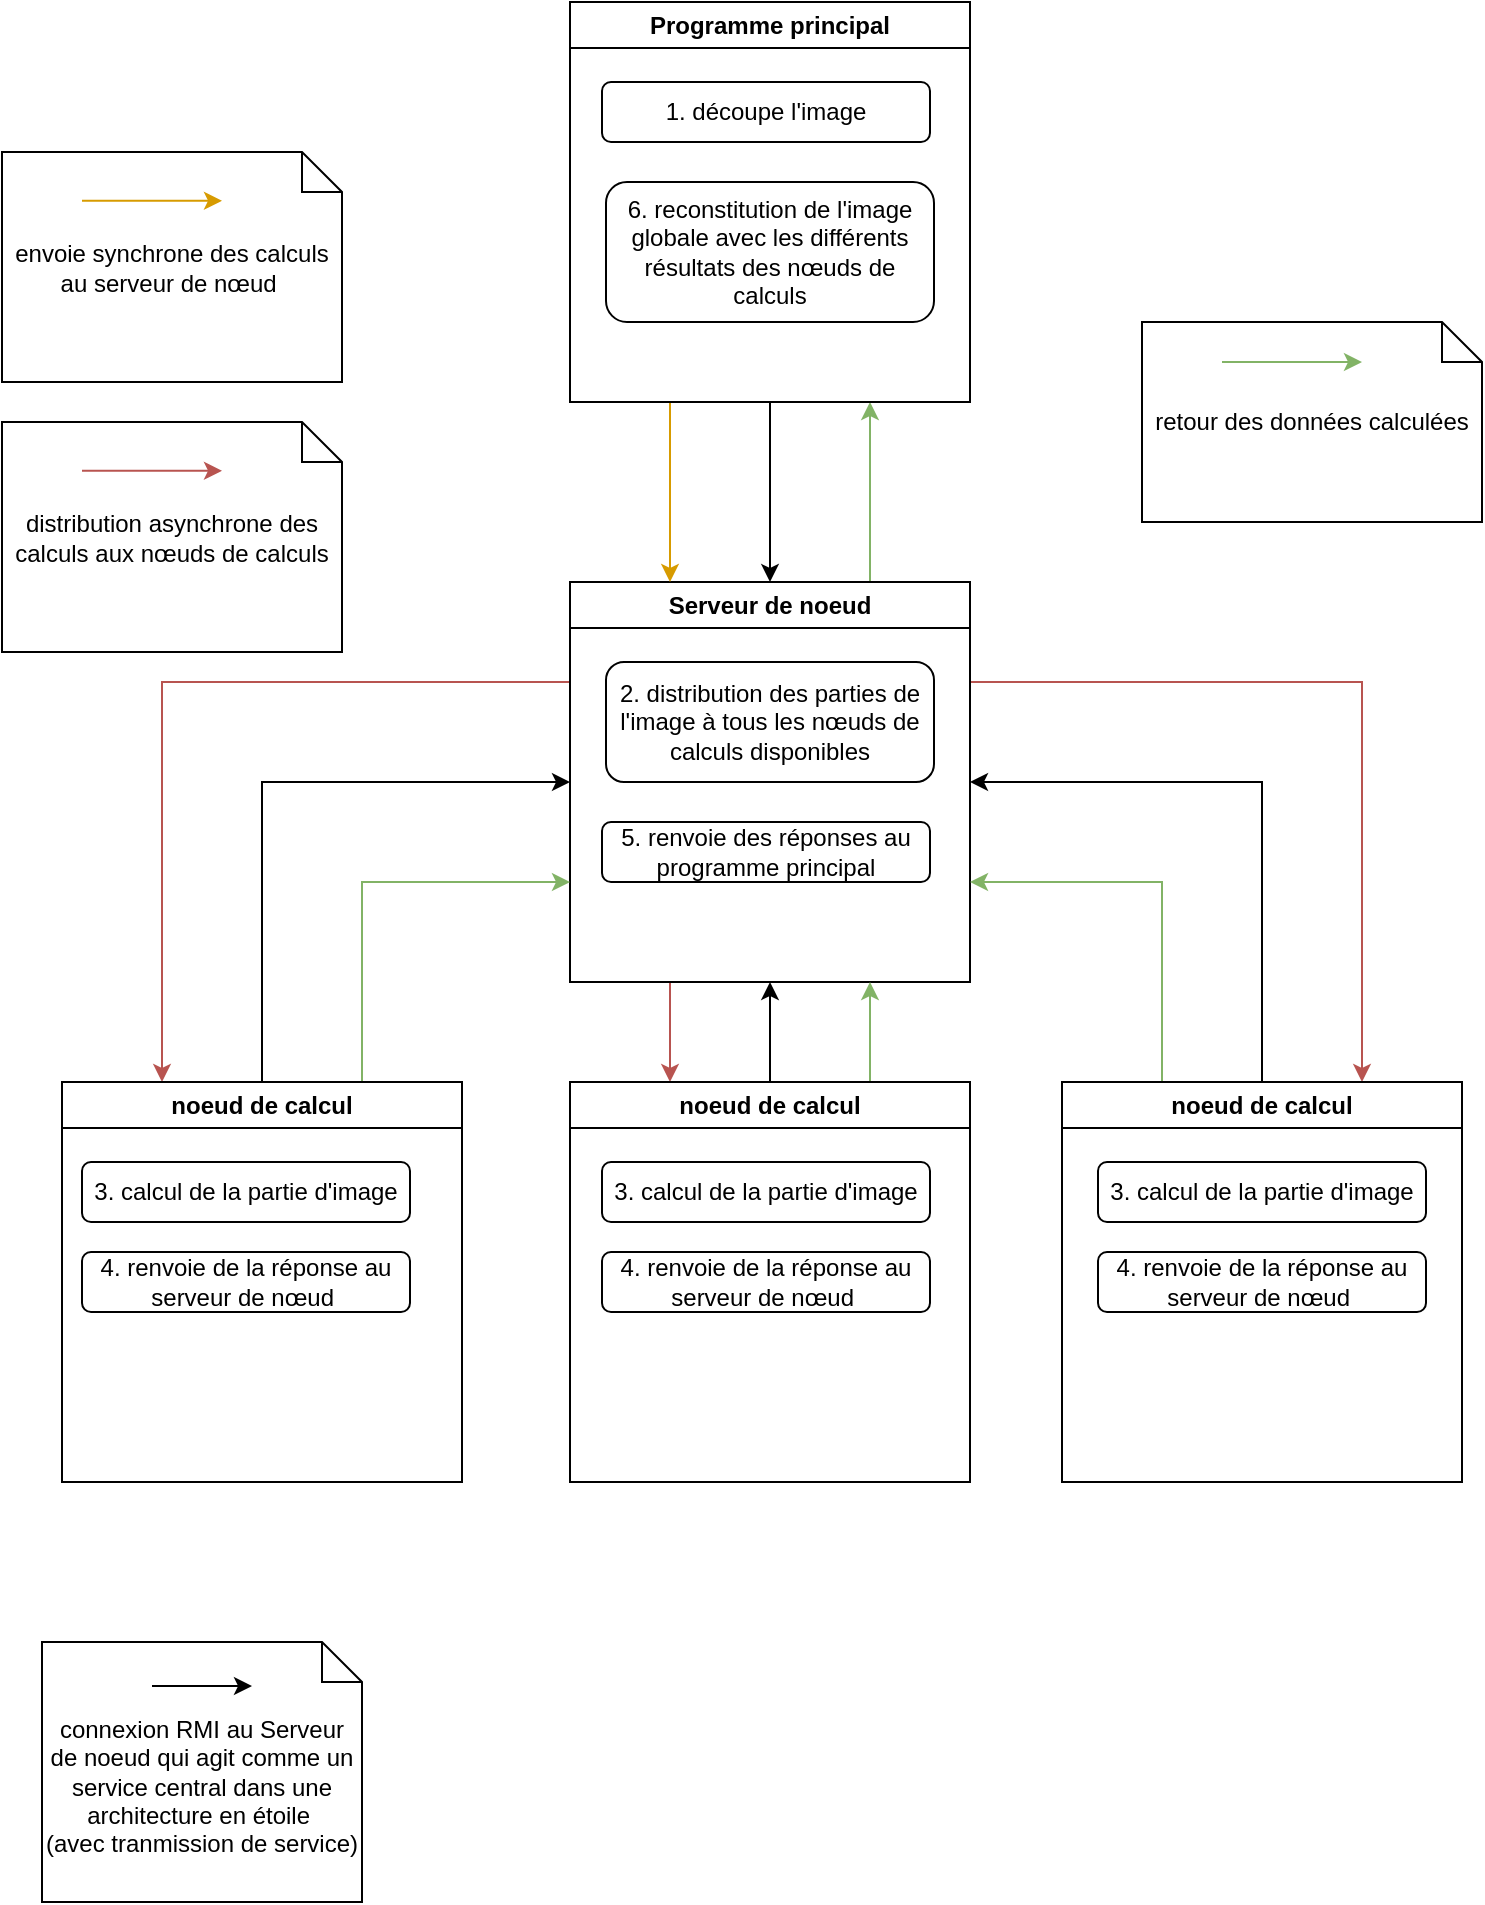
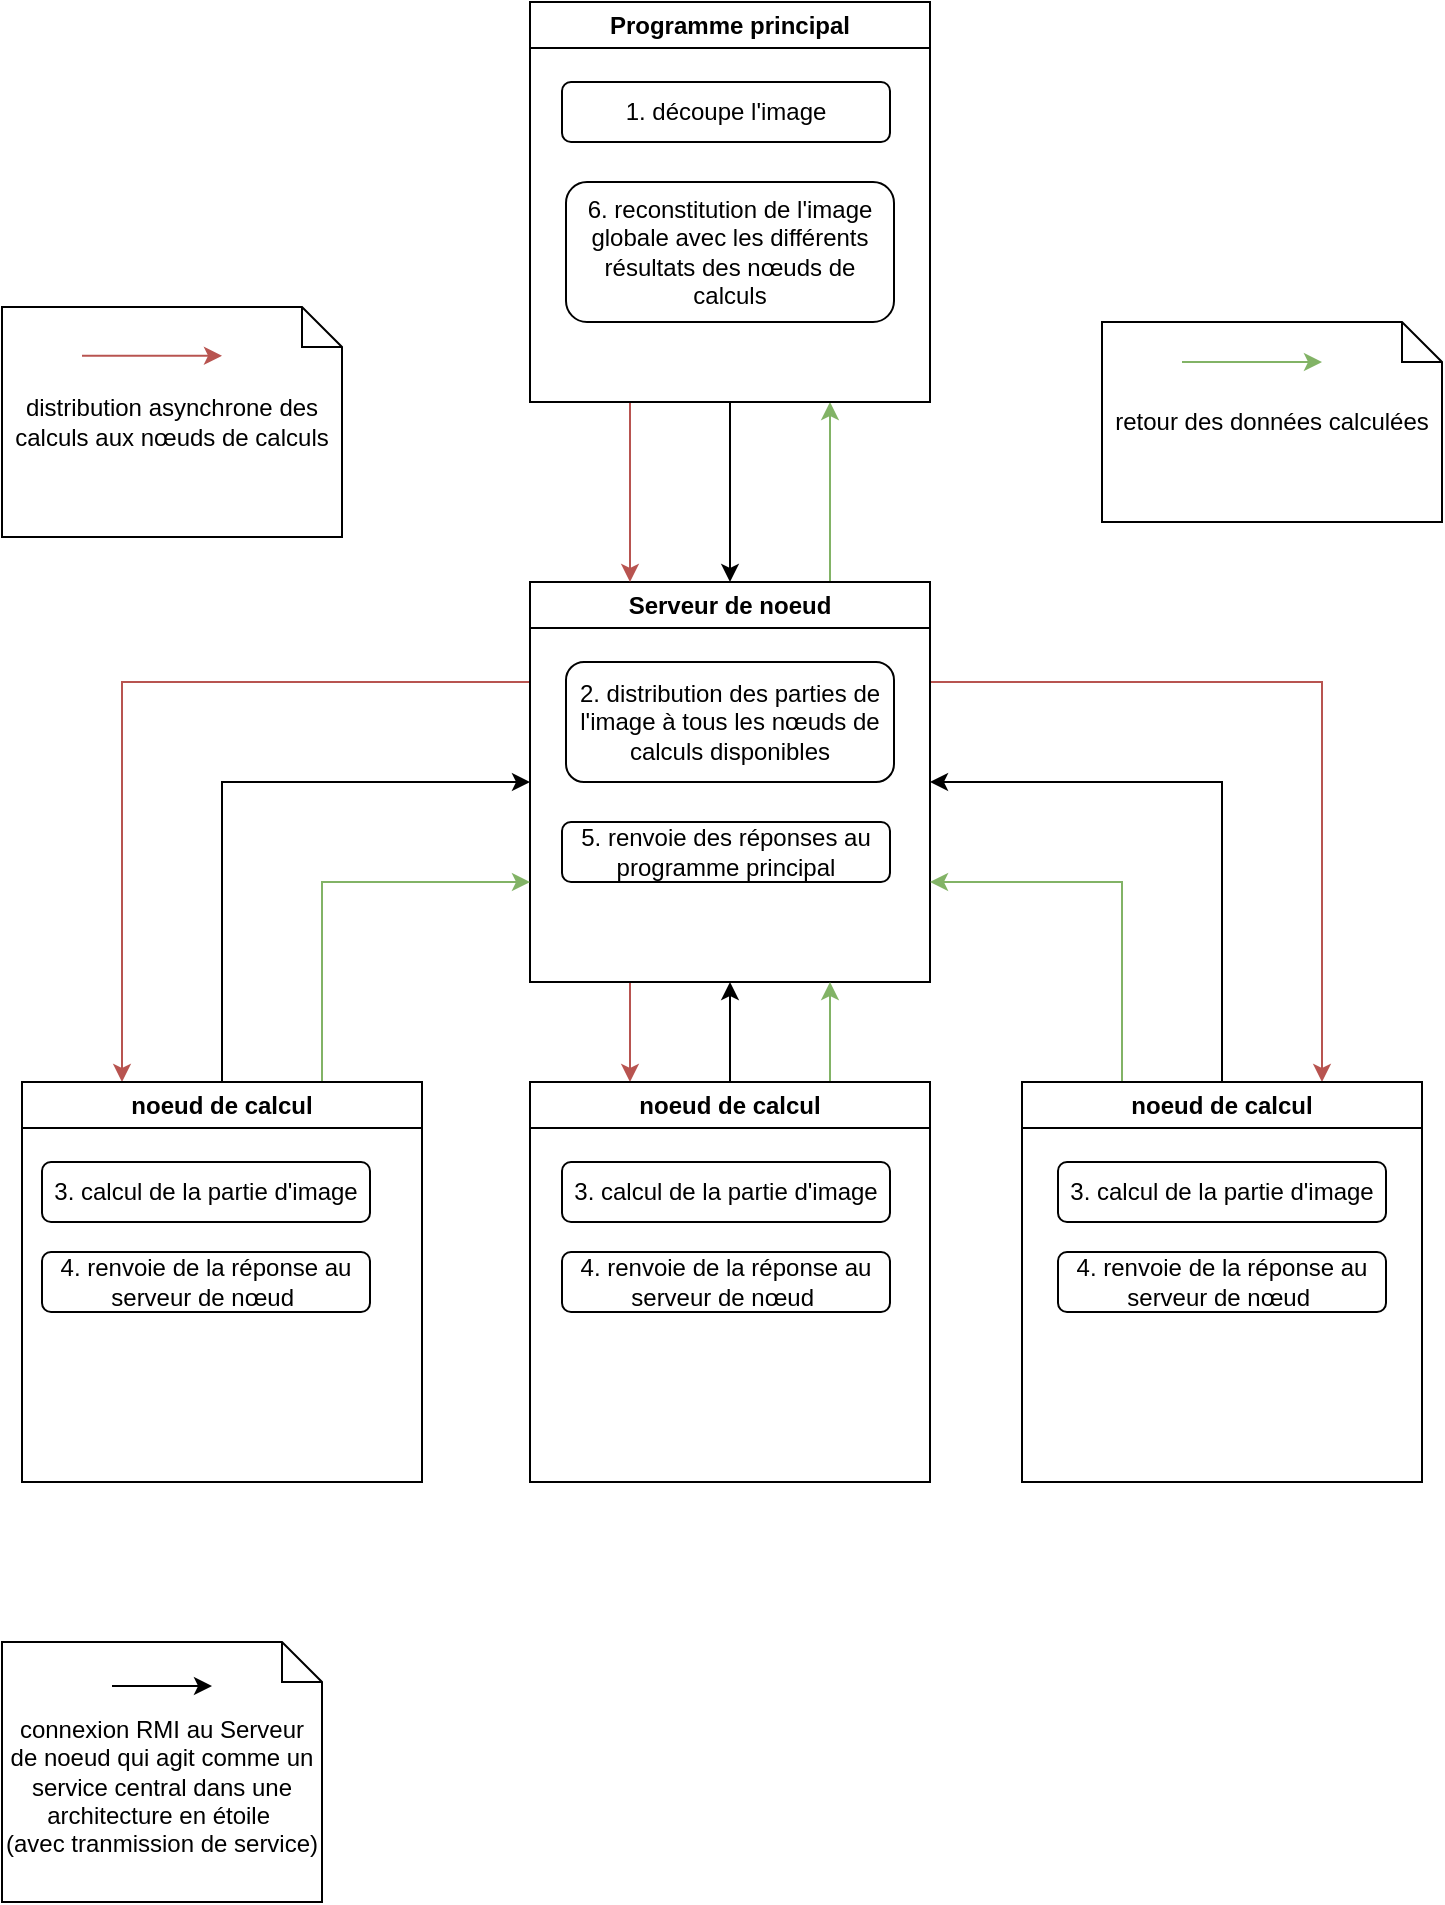
- <mxGraphModel dx="968" dy="566" grid="1" gridSize="10" guides="1" tooltips="1" connect="1" arrows="1" fold="1" page="1" pageScale="1" pageWidth="827" pageHeight="1169" background="#ffffff" math="0" shadow="0">
+ <mxGraphModel dx="1348" dy="795" grid="1" gridSize="10" guides="1" tooltips="1" connect="1" arrows="1" fold="1" page="1" pageScale="1" pageWidth="827" pageHeight="1169" math="0" shadow="0">
  <root>
    <mxCell id="0" />
    <mxCell id="1" parent="0" />
    <mxCell id="AP2CeIIDTtJhIbNFKrjW-7" edge="1" parent="1" source="AP2CeIIDTtJhIbNFKrjW-1" style="edgeStyle=orthogonalEdgeStyle;rounded=0;orthogonalLoop=1;jettySize=auto;html=1;entryX=0.5;entryY=0;entryDx=0;entryDy=0;fillColor=#d5e8d4;strokeColor=#000000;endArrow=none;endFill=0;startArrow=classic;startFill=1;" target="AP2CeIIDTtJhIbNFKrjW-2">
      <mxGeometry relative="1" as="geometry" />
    </mxCell>
    <mxCell id="AP2CeIIDTtJhIbNFKrjW-8" edge="1" parent="1" source="AP2CeIIDTtJhIbNFKrjW-1" style="edgeStyle=orthogonalEdgeStyle;rounded=0;orthogonalLoop=1;jettySize=auto;html=1;entryX=0.5;entryY=0;entryDx=0;entryDy=0;fillColor=#d5e8d4;strokeColor=#000000;endArrow=none;endFill=0;startArrow=classic;startFill=1;" target="AP2CeIIDTtJhIbNFKrjW-3">
      <mxGeometry relative="1" as="geometry" />
    </mxCell>
    <mxCell id="AP2CeIIDTtJhIbNFKrjW-9" edge="1" parent="1" source="AP2CeIIDTtJhIbNFKrjW-1" style="edgeStyle=orthogonalEdgeStyle;rounded=0;orthogonalLoop=1;jettySize=auto;html=1;fillColor=#d5e8d4;strokeColor=#000000;endArrow=none;endFill=0;startArrow=classic;startFill=1;" target="AP2CeIIDTtJhIbNFKrjW-4">
      <mxGeometry relative="1" as="geometry" />
    </mxCell>
    <mxCell id="QRBz2pOAevC626XkiaL9-12" edge="1" parent="1" source="AP2CeIIDTtJhIbNFKrjW-1" style="edgeStyle=orthogonalEdgeStyle;rounded=0;orthogonalLoop=1;jettySize=auto;html=1;exitX=0;exitY=0.25;exitDx=0;exitDy=0;entryX=0.25;entryY=0;entryDx=0;entryDy=0;fillColor=#f8cecc;strokeColor=#b85450;" target="AP2CeIIDTtJhIbNFKrjW-2">
      <mxGeometry relative="1" as="geometry" />
    </mxCell>
    <mxCell id="QRBz2pOAevC626XkiaL9-13" edge="1" parent="1" source="AP2CeIIDTtJhIbNFKrjW-1" style="edgeStyle=orthogonalEdgeStyle;rounded=0;orthogonalLoop=1;jettySize=auto;html=1;exitX=1;exitY=0.25;exitDx=0;exitDy=0;entryX=0.75;entryY=0;entryDx=0;entryDy=0;fillColor=#f8cecc;strokeColor=#b85450;" target="AP2CeIIDTtJhIbNFKrjW-4">
      <mxGeometry relative="1" as="geometry" />
    </mxCell>
    <mxCell id="QRBz2pOAevC626XkiaL9-14" edge="1" parent="1" source="AP2CeIIDTtJhIbNFKrjW-1" style="edgeStyle=orthogonalEdgeStyle;rounded=0;orthogonalLoop=1;jettySize=auto;html=1;exitX=0.25;exitY=1;exitDx=0;exitDy=0;entryX=0.25;entryY=0;entryDx=0;entryDy=0;fillColor=#f8cecc;strokeColor=#b85450;" target="AP2CeIIDTtJhIbNFKrjW-3">
      <mxGeometry relative="1" as="geometry" />
    </mxCell>
    <mxCell id="QRBz2pOAevC626XkiaL9-18" edge="1" parent="1" source="AP2CeIIDTtJhIbNFKrjW-1" style="edgeStyle=orthogonalEdgeStyle;rounded=0;orthogonalLoop=1;jettySize=auto;html=1;exitX=0.75;exitY=0;exitDx=0;exitDy=0;entryX=0.75;entryY=1;entryDx=0;entryDy=0;fillColor=#d5e8d4;strokeColor=#82b366;" target="AP2CeIIDTtJhIbNFKrjW-5">
      <mxGeometry relative="1" as="geometry" />
    </mxCell>
    <mxCell id="AP2CeIIDTtJhIbNFKrjW-1" parent="1" style="swimlane;whiteSpace=wrap;html=1;" value="Serveur de noeud" vertex="1">
      <mxGeometry height="200" width="200" x="314" y="410" as="geometry" />
    </mxCell>
    <mxCell id="QRBz2pOAevC626XkiaL9-2" parent="AP2CeIIDTtJhIbNFKrjW-1" style="rounded=1;whiteSpace=wrap;html=1;" value="2. distribution des parties de l&#39;image à tous les nœuds de calculs disponibles" vertex="1">
      <mxGeometry height="60" width="164" x="18" y="40" as="geometry" />
    </mxCell>
    <mxCell id="QRBz2pOAevC626XkiaL9-9" parent="AP2CeIIDTtJhIbNFKrjW-1" style="rounded=1;whiteSpace=wrap;html=1;" value="5. renvoie des réponses au programme principal" vertex="1">
      <mxGeometry height="30" width="164" x="16" y="120" as="geometry" />
    </mxCell>
    <mxCell id="QRBz2pOAevC626XkiaL9-17" edge="1" parent="1" source="AP2CeIIDTtJhIbNFKrjW-2" style="edgeStyle=orthogonalEdgeStyle;rounded=0;orthogonalLoop=1;jettySize=auto;html=1;exitX=0.75;exitY=0;exitDx=0;exitDy=0;entryX=0;entryY=0.75;entryDx=0;entryDy=0;fillColor=#d5e8d4;strokeColor=#82b366;" target="AP2CeIIDTtJhIbNFKrjW-1">
      <mxGeometry relative="1" as="geometry" />
    </mxCell>
    <mxCell id="AP2CeIIDTtJhIbNFKrjW-2" parent="1" style="swimlane;whiteSpace=wrap;html=1;" value="noeud de calcul" vertex="1">
      <mxGeometry height="200" width="200" x="60" y="660" as="geometry" />
    </mxCell>
    <mxCell id="QRBz2pOAevC626XkiaL9-3" parent="AP2CeIIDTtJhIbNFKrjW-2" style="rounded=1;whiteSpace=wrap;html=1;" value="3. calcul de la partie d&#39;image" vertex="1">
      <mxGeometry height="30" width="164" x="10" y="40" as="geometry" />
    </mxCell>
    <mxCell id="QRBz2pOAevC626XkiaL9-6" parent="AP2CeIIDTtJhIbNFKrjW-2" style="rounded=1;whiteSpace=wrap;html=1;" value="4. renvoie de la réponse au serveur de nœud&amp;nbsp;" vertex="1">
      <mxGeometry height="30" width="164" x="10" y="85" as="geometry" />
    </mxCell>
    <mxCell id="QRBz2pOAevC626XkiaL9-16" edge="1" parent="1" source="AP2CeIIDTtJhIbNFKrjW-3" style="edgeStyle=orthogonalEdgeStyle;rounded=0;orthogonalLoop=1;jettySize=auto;html=1;exitX=0.75;exitY=0;exitDx=0;exitDy=0;entryX=0.75;entryY=1;entryDx=0;entryDy=0;fillColor=#d5e8d4;strokeColor=#82b366;" target="AP2CeIIDTtJhIbNFKrjW-1">
      <mxGeometry relative="1" as="geometry" />
    </mxCell>
    <mxCell id="AP2CeIIDTtJhIbNFKrjW-3" parent="1" style="swimlane;whiteSpace=wrap;html=1;" value="noeud de calcul" vertex="1">
      <mxGeometry height="200" width="200" x="314" y="660" as="geometry" />
    </mxCell>
    <mxCell id="QRBz2pOAevC626XkiaL9-4" parent="AP2CeIIDTtJhIbNFKrjW-3" style="rounded=1;whiteSpace=wrap;html=1;" value="3. calcul de la partie d&#39;image" vertex="1">
      <mxGeometry height="30" width="164" x="16" y="40" as="geometry" />
    </mxCell>
    <mxCell id="QRBz2pOAevC626XkiaL9-7" parent="AP2CeIIDTtJhIbNFKrjW-3" style="rounded=1;whiteSpace=wrap;html=1;" value="4. renvoie de la réponse au serveur de nœud&amp;nbsp;" vertex="1">
      <mxGeometry height="30" width="164" x="16" y="85" as="geometry" />
    </mxCell>
    <mxCell id="QRBz2pOAevC626XkiaL9-15" edge="1" parent="1" source="AP2CeIIDTtJhIbNFKrjW-4" style="edgeStyle=orthogonalEdgeStyle;rounded=0;orthogonalLoop=1;jettySize=auto;html=1;exitX=0.25;exitY=0;exitDx=0;exitDy=0;entryX=1;entryY=0.75;entryDx=0;entryDy=0;fillColor=#d5e8d4;strokeColor=#82b366;" target="AP2CeIIDTtJhIbNFKrjW-1">
      <mxGeometry relative="1" as="geometry" />
    </mxCell>
    <mxCell id="AP2CeIIDTtJhIbNFKrjW-4" parent="1" style="swimlane;whiteSpace=wrap;html=1;" value="noeud de calcul" vertex="1">
      <mxGeometry height="200" width="200" x="560" y="660" as="geometry" />
    </mxCell>
    <mxCell id="QRBz2pOAevC626XkiaL9-5" parent="AP2CeIIDTtJhIbNFKrjW-4" style="rounded=1;whiteSpace=wrap;html=1;" value="3. calcul de la partie d&#39;image" vertex="1">
      <mxGeometry height="30" width="164" x="18" y="40" as="geometry" />
    </mxCell>
    <mxCell id="QRBz2pOAevC626XkiaL9-8" parent="AP2CeIIDTtJhIbNFKrjW-4" style="rounded=1;whiteSpace=wrap;html=1;" value="4. renvoie de la réponse au serveur de nœud&amp;nbsp;" vertex="1">
      <mxGeometry height="30" width="164" x="18" y="85" as="geometry" />
    </mxCell>
    <mxCell id="AP2CeIIDTtJhIbNFKrjW-6" edge="1" parent="1" source="AP2CeIIDTtJhIbNFKrjW-5" style="edgeStyle=orthogonalEdgeStyle;rounded=0;orthogonalLoop=1;jettySize=auto;html=1;entryX=0.5;entryY=0;entryDx=0;entryDy=0;fillColor=#f5f5f5;strokeColor=#000000;" target="AP2CeIIDTtJhIbNFKrjW-1">
      <mxGeometry relative="1" as="geometry" />
    </mxCell>
-     <mxCell id="QRBz2pOAevC626XkiaL9-11" edge="1" parent="1" source="AP2CeIIDTtJhIbNFKrjW-5" style="edgeStyle=orthogonalEdgeStyle;rounded=0;orthogonalLoop=1;jettySize=auto;html=1;exitX=0.25;exitY=1;exitDx=0;exitDy=0;entryX=0.25;entryY=0;entryDx=0;entryDy=0;fillColor=#ffe6cc;strokeColor=#d79b00;" target="AP2CeIIDTtJhIbNFKrjW-1">
+     <mxCell id="QRBz2pOAevC626XkiaL9-11" edge="1" parent="1" source="AP2CeIIDTtJhIbNFKrjW-5" style="edgeStyle=orthogonalEdgeStyle;rounded=0;orthogonalLoop=1;jettySize=auto;html=1;exitX=0.25;exitY=1;exitDx=0;exitDy=0;entryX=0.25;entryY=0;entryDx=0;entryDy=0;fillColor=#f8cecc;strokeColor=#b85450;" target="AP2CeIIDTtJhIbNFKrjW-1">
      <mxGeometry relative="1" as="geometry" />
    </mxCell>
    <mxCell id="AP2CeIIDTtJhIbNFKrjW-5" parent="1" style="swimlane;whiteSpace=wrap;html=1;" value="Programme principal" vertex="1">
      <mxGeometry height="200" width="200" x="314" y="120" as="geometry" />
    </mxCell>
    <mxCell id="AP2CeIIDTtJhIbNFKrjW-10" parent="AP2CeIIDTtJhIbNFKrjW-5" style="rounded=1;whiteSpace=wrap;html=1;" value="1.&amp;nbsp;découpe l&#39;image" vertex="1">
      <mxGeometry height="30" width="164" x="16" y="40" as="geometry" />
    </mxCell>
    <mxCell id="QRBz2pOAevC626XkiaL9-10" parent="AP2CeIIDTtJhIbNFKrjW-5" style="rounded=1;whiteSpace=wrap;html=1;" value="6. reconstitution de l&#39;image globale avec les différents résultats des nœuds de calculs" vertex="1">
      <mxGeometry height="70" width="164" x="18" y="90" as="geometry" />
    </mxCell>
    <mxCell id="AP2CeIIDTtJhIbNFKrjW-16" parent="1" style="shape=note;size=20;whiteSpace=wrap;html=1;" value="&lt;div&gt;&lt;br&gt;&lt;/div&gt;&lt;div&gt;connexion RMI au Serveur de noeud qui agit comme un service central dans une architecture en étoile&amp;nbsp;&lt;/div&gt;&lt;div&gt;(avec tranmission de service)&lt;/div&gt;" vertex="1">
      <mxGeometry height="130" width="160" x="50" y="940" as="geometry" />
    </mxCell>
    <mxCell id="AP2CeIIDTtJhIbNFKrjW-17" edge="1" parent="1" style="endArrow=classic;html=1;rounded=0;" value="">
      <mxGeometry height="50" relative="1" width="50" as="geometry">
        <Array as="points">
          <mxPoint x="130" y="962" />
        </Array>
        <mxPoint x="105" y="962" as="sourcePoint" />
        <mxPoint x="155" y="962" as="targetPoint" />
      </mxGeometry>
    </mxCell>
-     <mxCell id="QRBz2pOAevC626XkiaL9-19" parent="1" style="shape=note;size=20;whiteSpace=wrap;html=1;" value="envoie synchrone des calculs au serveur de nœud&amp;nbsp;" vertex="1">
-       <mxGeometry height="115" width="170" x="30" y="195" as="geometry" />
-     </mxCell>
-     <mxCell id="QRBz2pOAevC626XkiaL9-20" edge="1" parent="1" style="edgeStyle=orthogonalEdgeStyle;rounded=0;orthogonalLoop=1;jettySize=auto;html=1;exitX=0.25;exitY=1;exitDx=0;exitDy=0;fillColor=#ffe6cc;strokeColor=#d79b00;">
-       <mxGeometry relative="1" as="geometry">
-         <mxPoint x="70" y="219.38" as="sourcePoint" />
-         <mxPoint x="140" y="219.38" as="targetPoint" />
-       </mxGeometry>
-     </mxCell>
    <mxCell id="QRBz2pOAevC626XkiaL9-21" parent="1" style="shape=note;size=20;whiteSpace=wrap;html=1;" value="retour des données calculées" vertex="1">
      <mxGeometry height="100" width="170" x="600" y="280" as="geometry" />
    </mxCell>
    <mxCell id="QRBz2pOAevC626XkiaL9-22" edge="1" parent="1" style="edgeStyle=orthogonalEdgeStyle;rounded=0;orthogonalLoop=1;jettySize=auto;html=1;exitX=0.25;exitY=1;exitDx=0;exitDy=0;fillColor=#d5e8d4;strokeColor=#82b366;">
      <mxGeometry relative="1" as="geometry">
        <mxPoint x="640" y="300" as="sourcePoint" />
        <mxPoint x="710" y="300" as="targetPoint" />
      </mxGeometry>
    </mxCell>
    <mxCell id="QRBz2pOAevC626XkiaL9-23" parent="1" style="shape=note;size=20;whiteSpace=wrap;html=1;" value="distribution asynchrone des calculs aux nœuds de calculs" vertex="1">
-       <mxGeometry height="115" width="170" x="30" y="330" as="geometry" />
+       <mxGeometry height="115" width="170" x="50" y="272.5" as="geometry" />
    </mxCell>
    <mxCell id="QRBz2pOAevC626XkiaL9-24" edge="1" parent="1" style="edgeStyle=orthogonalEdgeStyle;rounded=0;orthogonalLoop=1;jettySize=auto;html=1;exitX=0.25;exitY=1;exitDx=0;exitDy=0;fillColor=#f8cecc;strokeColor=#b85450;">
      <mxGeometry relative="1" as="geometry">
-         <mxPoint x="70" y="354.38" as="sourcePoint" />
-         <mxPoint x="140" y="354.38" as="targetPoint" />
+         <mxPoint x="90" y="296.88" as="sourcePoint" />
+         <mxPoint x="160" y="296.88" as="targetPoint" />
      </mxGeometry>
    </mxCell>
  </root>
</mxGraphModel>
